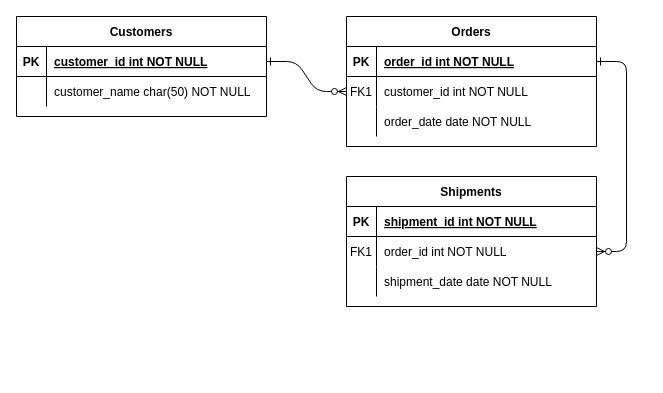
anureetkaur99/programming_fundamentals keeps this draw.io diagram as Untitled Diagram.drawio. Above is the earlier version. Source tidied: cells renumbered, new cells numbered last; positions are measured from the earlier drawing's top-left corner, leaving out a move shared by most shapes. Both pictures are drawn from the tidied source at 100%, with x=0, y=0 at pixel (16, 16).
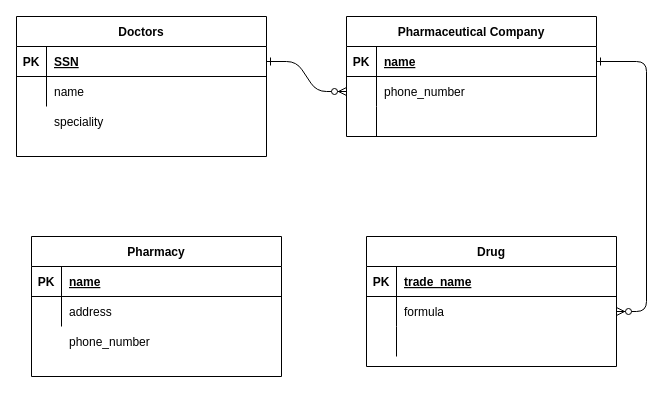
After the change.

Unchanged cells that the change refers to:
```xml
<mxCell id="5" style="shape=partialRectangle;fillColor=none;points=[[0,0.5],[1,0.5]];portConstraint=eastwest;top=0;left=0;right=0;bottom=1;" parent="4" vertex="1">
  <mxGeometry y="30" width="250" height="30" as="geometry" />
</mxCell>
<mxCell id="8" style="shape=partialRectangle;fillColor=none;points=[[0,0.5],[1,0.5]];portConstraint=eastwest;top=0;left=0;right=0;bottom=0;" parent="4" vertex="1">
  <mxGeometry y="60" width="250" height="30" as="geometry" />
</mxCell>
<mxCell id="11" style="shape=partialRectangle;fillColor=none;top=0;left=0;right=0;bottom=0;" parent="4" vertex="1">
  <mxGeometry y="90" width="250" height="30" as="geometry" />
</mxCell>
<mxCell id="15" style="shape=partialRectangle;fillColor=none;top=0;left=0;right=0;bottom=1;" parent="14" vertex="1">
  <mxGeometry y="30" width="250" height="30" as="geometry" />
</mxCell>
<mxCell id="18" style="shape=partialRectangle;fillColor=none;points=[[0,0.5],[1,0.5]];portConstraint=eastwest;top=0;left=0;right=0;bottom=0;" parent="14" vertex="1">
  <mxGeometry y="60" width="250" height="30" as="geometry" />
</mxCell>
<mxCell id="21" style="shape=partialRectangle;fillColor=none;top=0;left=0;right=0;bottom=0;" parent="14" vertex="1">
  <mxGeometry y="90" width="250" height="30" as="geometry" />
</mxCell>
<mxCell id="25" style="shape=partialRectangle;fillColor=none;points=[[0,0.5],[1,0.5]];portConstraint=eastwest;top=0;left=0;right=0;bottom=1;" parent="24" vertex="1">
  <mxGeometry y="30" width="250" height="30" as="geometry" />
</mxCell>
<mxCell id="28" style="shape=partialRectangle;fillColor=none;top=0;left=0;right=0;bottom=0;" parent="24" vertex="1">
  <mxGeometry y="60" width="250" height="30" as="geometry" />
</mxCell>
```

The edit, as a diff of the source:
```diff
@@
-    <mxCell id="4" value="Orders" style="shape=table;startSize=30;childLayout=tableLayout;rowLines=0;fontStyle=1;align=center;" parent="1" vertex="1">
-      <mxGeometry x="330" width="250" height="130" as="geometry" />
+    <mxCell id="4" value="Pharmaceutical Company" style="shape=table;startSize=30;childLayout=tableLayout;rowLines=0;fontStyle=1;align=center;" parent="1" vertex="1">
+      <mxGeometry x="330" width="250" height="120" as="geometry" />
     </mxCell>
@@
-    <mxCell id="7" value="order_id int NOT NULL " style="shape=partialRectangle;overflow=hidden;fillColor=none;top=0;left=0;bottom=0;right=0;align=left;spacingLeft=6;fontStyle=5;" parent="5" vertex="1">
+    <mxCell id="7" value="name" style="shape=partialRectangle;overflow=hidden;fillColor=none;top=0;left=0;bottom=0;right=0;align=left;spacingLeft=6;fontStyle=5;" parent="5" vertex="1">
       <mxGeometry x="30" width="220" height="30" as="geometry" />
     </mxCell>
@@
-    <mxCell id="9" value="FK1" style="shape=partialRectangle;overflow=hidden;fillColor=none;top=0;left=0;bottom=0;right=0;" parent="8" vertex="1">
+    <mxCell id="9" style="shape=partialRectangle;overflow=hidden;fillColor=none;top=0;left=0;bottom=0;right=0;" parent="8" vertex="1">
       <mxGeometry width="30" height="30" as="geometry" />
     </mxCell>
-    <mxCell id="10" value="customer_id int NOT NULL" style="shape=partialRectangle;overflow=hidden;fillColor=none;top=0;left=0;bottom=0;right=0;align=left;spacingLeft=6;" parent="8" vertex="1">
+    <mxCell id="10" value="phone_number" style="shape=partialRectangle;overflow=hidden;fillColor=none;top=0;left=0;bottom=0;right=0;align=left;spacingLeft=6;" parent="8" vertex="1">
       <mxGeometry x="30" width="220" height="30" as="geometry" />
     </mxCell>
@@
-    <mxCell id="13" value="order_date date NOT NULL" style="shape=partialRectangle;overflow=hidden;fillColor=none;top=0;left=0;bottom=0;right=0;align=left;spacingLeft=6;" parent="11" vertex="1">
+    <mxCell id="13" style="shape=partialRectangle;overflow=hidden;fillColor=none;top=0;left=0;bottom=0;right=0;align=left;spacingLeft=6;" parent="11" vertex="1">
       <mxGeometry x="30" width="220" height="30" as="geometry" />
     </mxCell>
-    <mxCell id="14" value="Shipments" style="shape=table;startSize=30;childLayout=tableLayout;rowLines=0;fontStyle=1;align=center;" parent="1" vertex="1">
-      <mxGeometry x="330" y="160" width="250" height="130" as="geometry" />
+    <mxCell id="14" value="Drug" style="shape=table;startSize=30;childLayout=tableLayout;rowLines=0;fontStyle=1;align=center;" parent="1" vertex="1">
+      <mxGeometry x="350" y="220" width="250" height="130" as="geometry" />
     </mxCell>
@@
-    <mxCell id="17" value="shipment_id int NOT NULL " style="shape=partialRectangle;overflow=hidden;fillColor=none;top=0;left=0;bottom=0;right=0;align=left;spacingLeft=6;fontStyle=5;" parent="15" vertex="1">
+    <mxCell id="17" value="trade_name" style="shape=partialRectangle;overflow=hidden;fillColor=none;top=0;left=0;bottom=0;right=0;align=left;spacingLeft=6;fontStyle=5;" parent="15" vertex="1">
       <mxGeometry x="30" width="220" height="30" as="geometry" />
     </mxCell>
@@
-    <mxCell id="19" value="FK1" style="shape=partialRectangle;overflow=hidden;fillColor=none;top=0;left=0;bottom=0;right=0;" parent="18" vertex="1">
+    <mxCell id="19" style="shape=partialRectangle;overflow=hidden;fillColor=none;top=0;left=0;bottom=0;right=0;" parent="18" vertex="1">
       <mxGeometry width="30" height="30" as="geometry" />
     </mxCell>
-    <mxCell id="20" value="order_id int NOT NULL" style="shape=partialRectangle;overflow=hidden;fillColor=none;top=0;left=0;bottom=0;right=0;align=left;spacingLeft=6;" parent="18" vertex="1">
+    <mxCell id="20" value="formula" style="shape=partialRectangle;overflow=hidden;fillColor=none;top=0;left=0;bottom=0;right=0;align=left;spacingLeft=6;" parent="18" vertex="1">
       <mxGeometry x="30" width="220" height="30" as="geometry" />
     </mxCell>
@@
-    <mxCell id="23" value="shipment_date date NOT NULL" style="shape=partialRectangle;overflow=hidden;fillColor=none;top=0;left=0;bottom=0;right=0;align=left;spacingLeft=6;" parent="21" vertex="1">
+    <mxCell id="23" style="shape=partialRectangle;overflow=hidden;fillColor=none;top=0;left=0;bottom=0;right=0;align=left;spacingLeft=6;" parent="21" vertex="1">
       <mxGeometry x="30" width="220" height="30" as="geometry" />
     </mxCell>
-    <mxCell id="24" value="Customers" style="shape=table;startSize=30;childLayout=tableLayout;rowLines=0;fontStyle=1;align=center;" parent="1" vertex="1">
-      <mxGeometry width="250" height="100" as="geometry" />
+    <mxCell id="24" value="Doctors" style="shape=table;startSize=30;childLayout=tableLayout;rowLines=0;fontStyle=1;align=center;" parent="1" vertex="1">
+      <mxGeometry width="250" height="140" as="geometry" />
     </mxCell>
@@
-    <mxCell id="27" value="customer_id int NOT NULL " style="shape=partialRectangle;overflow=hidden;fillColor=none;top=0;left=0;bottom=0;right=0;align=left;spacingLeft=6;fontStyle=5;" parent="25" vertex="1">
+    <mxCell id="27" value="SSN" style="shape=partialRectangle;overflow=hidden;fillColor=none;top=0;left=0;bottom=0;right=0;align=left;spacingLeft=6;fontStyle=5;" parent="25" vertex="1">
       <mxGeometry x="30" width="220" height="30" as="geometry" />
     </mxCell>
@@
-    <mxCell id="30" value="customer_name char(50) NOT NULL" style="shape=partialRectangle;overflow=hidden;fillColor=none;top=0;left=0;bottom=0;right=0;align=left;spacingLeft=6;" parent="28" vertex="1">
+    <mxCell id="30" value="name" style="shape=partialRectangle;overflow=hidden;fillColor=none;top=0;left=0;bottom=0;right=0;align=left;spacingLeft=6;" parent="28" vertex="1">
       <mxGeometry x="30" width="220" height="30" as="geometry" />
     </mxCell>
+    <mxCell id="31" value="speciality" style="shape=partialRectangle;overflow=hidden;fillColor=none;top=0;left=0;bottom=0;right=0;align=left;spacingLeft=6;" parent="1" vertex="1">
+      <mxGeometry x="30" y="90" width="220" height="30" as="geometry" />
+    </mxCell>
+    <mxCell id="32" value="Pharmacy" style="shape=table;startSize=30;childLayout=tableLayout;rowLines=0;fontStyle=1;align=center;" parent="1" vertex="1">
+      <mxGeometry x="15" y="220" width="250" height="140" as="geometry" />
+    </mxCell>
+    <mxCell id="33" style="shape=partialRectangle;fillColor=none;top=0;left=0;right=0;bottom=1;" parent="32" vertex="1">
+      <mxGeometry y="30" width="250" height="30" as="geometry" />
+    </mxCell>
+    <mxCell id="34" value="PK" style="shape=partialRectangle;overflow=hidden;fillColor=none;top=0;left=0;bottom=0;right=0;fontStyle=1;" parent="33" vertex="1">
+      <mxGeometry width="30" height="30" as="geometry" />
+    </mxCell>
+    <mxCell id="35" value="name" style="shape=partialRectangle;overflow=hidden;fillColor=none;top=0;left=0;bottom=0;right=0;align=left;spacingLeft=6;fontStyle=5;" parent="33" vertex="1">
+      <mxGeometry x="30" width="220" height="30" as="geometry" />
+    </mxCell>
+    <mxCell id="36" style="shape=partialRectangle;fillColor=none;top=0;left=0;right=0;bottom=0;" parent="32" vertex="1">
+      <mxGeometry y="60" width="250" height="30" as="geometry" />
+    </mxCell>
+    <mxCell id="37" style="shape=partialRectangle;overflow=hidden;fillColor=none;top=0;left=0;bottom=0;right=0;" parent="36" vertex="1">
+      <mxGeometry width="30" height="30" as="geometry" />
+    </mxCell>
+    <mxCell id="38" value="address" style="shape=partialRectangle;overflow=hidden;fillColor=none;top=0;left=0;bottom=0;right=0;align=left;spacingLeft=6;" parent="36" vertex="1">
+      <mxGeometry x="30" width="220" height="30" as="geometry" />
+    </mxCell>
+    <mxCell id="39" value="phone_number" style="shape=partialRectangle;overflow=hidden;fillColor=none;top=0;left=0;bottom=0;right=0;align=left;spacingLeft=6;" parent="1" vertex="1">
+      <mxGeometry x="45" y="310" width="220" height="30" as="geometry" />
+    </mxCell>
```
